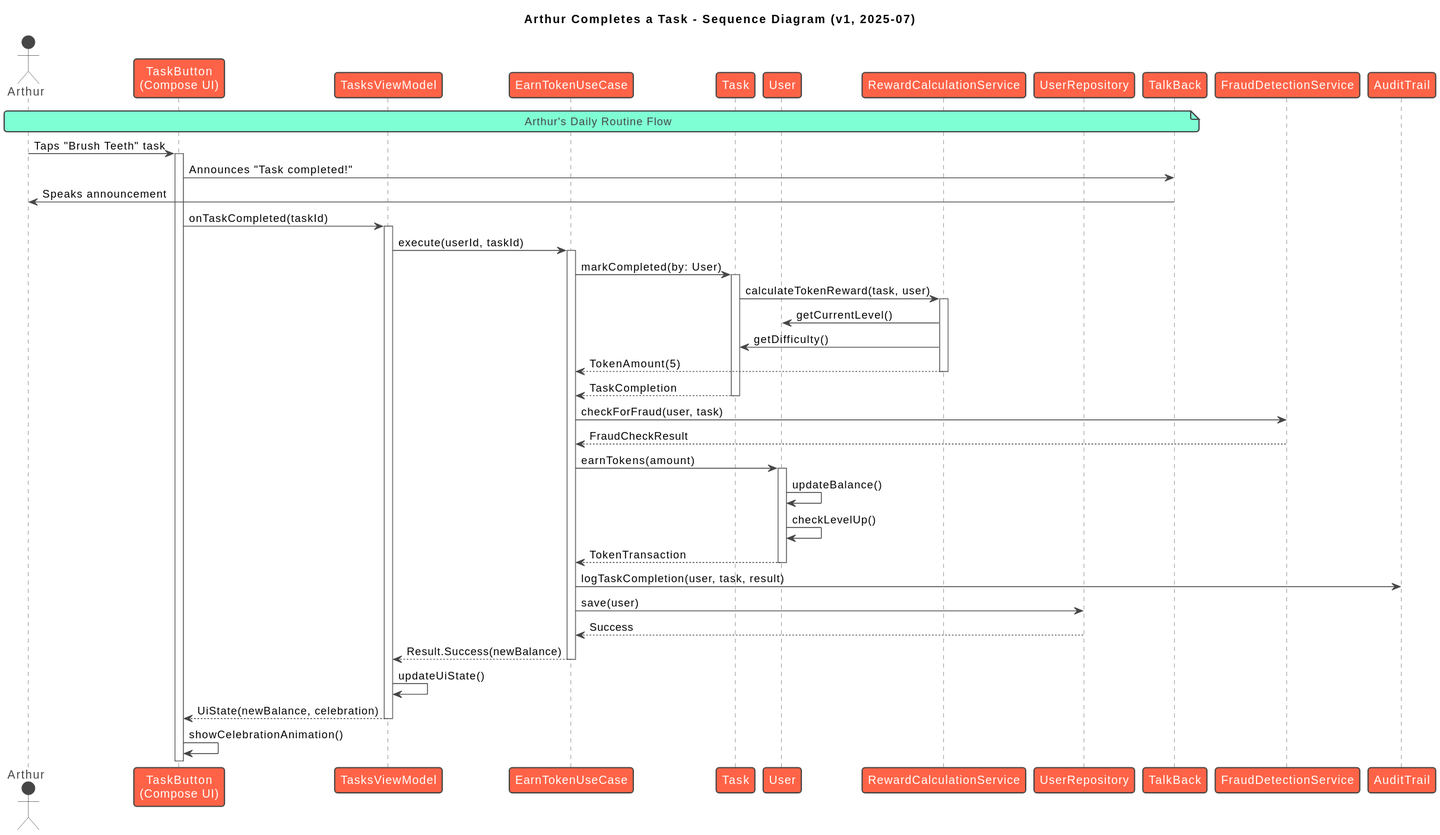
Before: docs/diagrams/sequence-task-completion.svg, a diagram exported from PlantUML (almeidaraphael/arthurs-life-app).
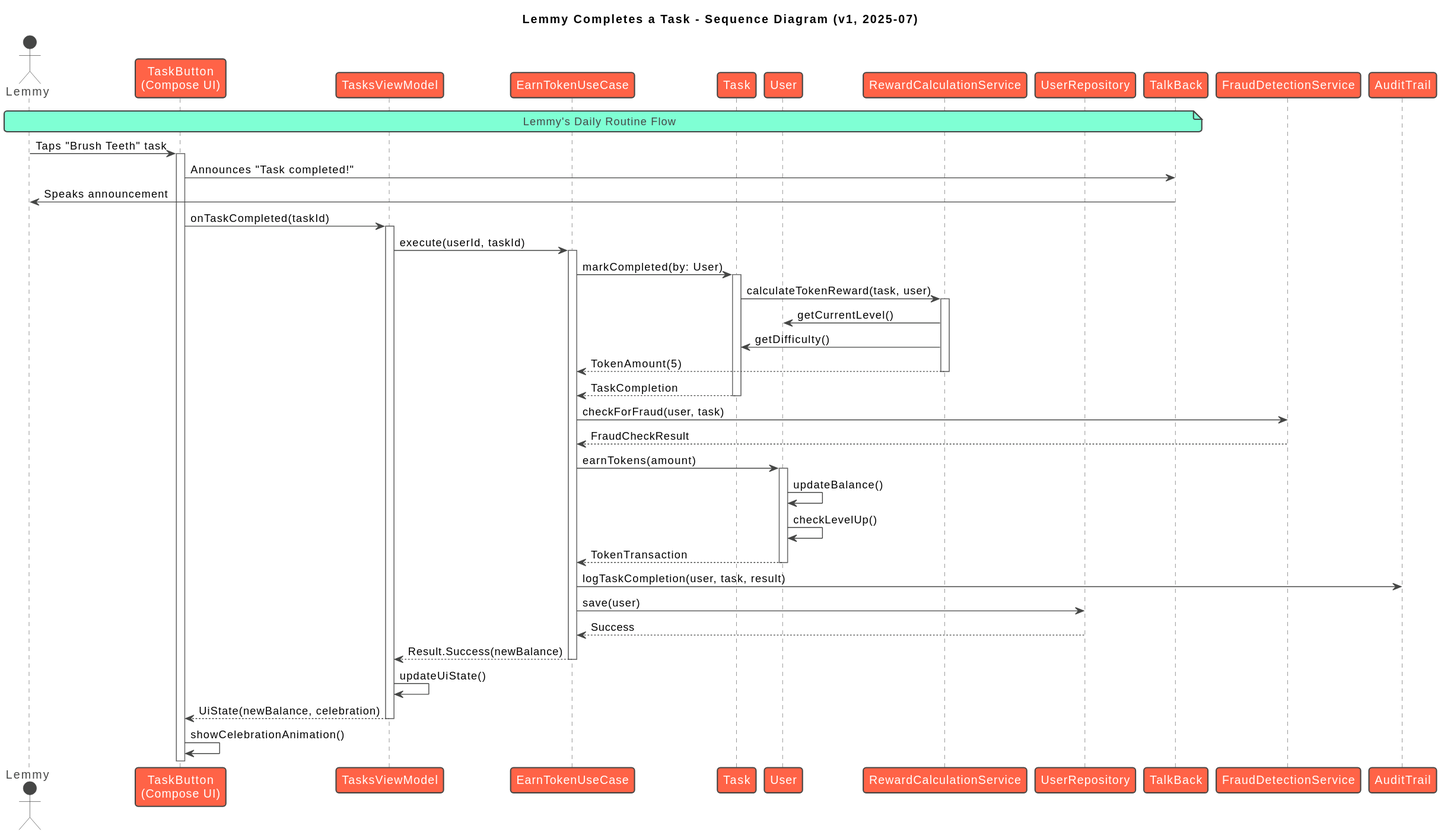
Above is the later version.

Change to the diagram source:
```diff
@@ -1,9 +1,9 @@
 @startuml
 !theme vibrant
 
-title Arthur Completes a Task - Sequence Diagram (v1, 2025-07)
+title Lemmy Completes a Task - Sequence Diagram (v1, 2025-07)
 
-actor Arthur as "Arthur"
+actor Lemmy as "Lemmy"
 participant "TaskButton\n(Compose UI)" as UI
 participant "TasksViewModel" as VM
 participant "EarnTokenUseCase" as UC
@@ -15,13 +15,13 @@
 participant "FraudDetectionService" as FDS
 participant "AuditTrail" as Audit
 
-note over Arthur, TB : Arthur's Daily Routine Flow
+note over Lemmy, TB : Lemmy's Daily Routine Flow
 
-Arthur -> UI : Taps "Brush Teeth" task
+Lemmy -> UI : Taps "Brush Teeth" task
 activate UI
 
 UI -> TB : Announces "Task completed!"
-TB -> Arthur : Speaks announcement
+TB -> Lemmy : Speaks announcement
 
 UI -> VM : onTaskCompleted(taskId)
 activate VM
```
